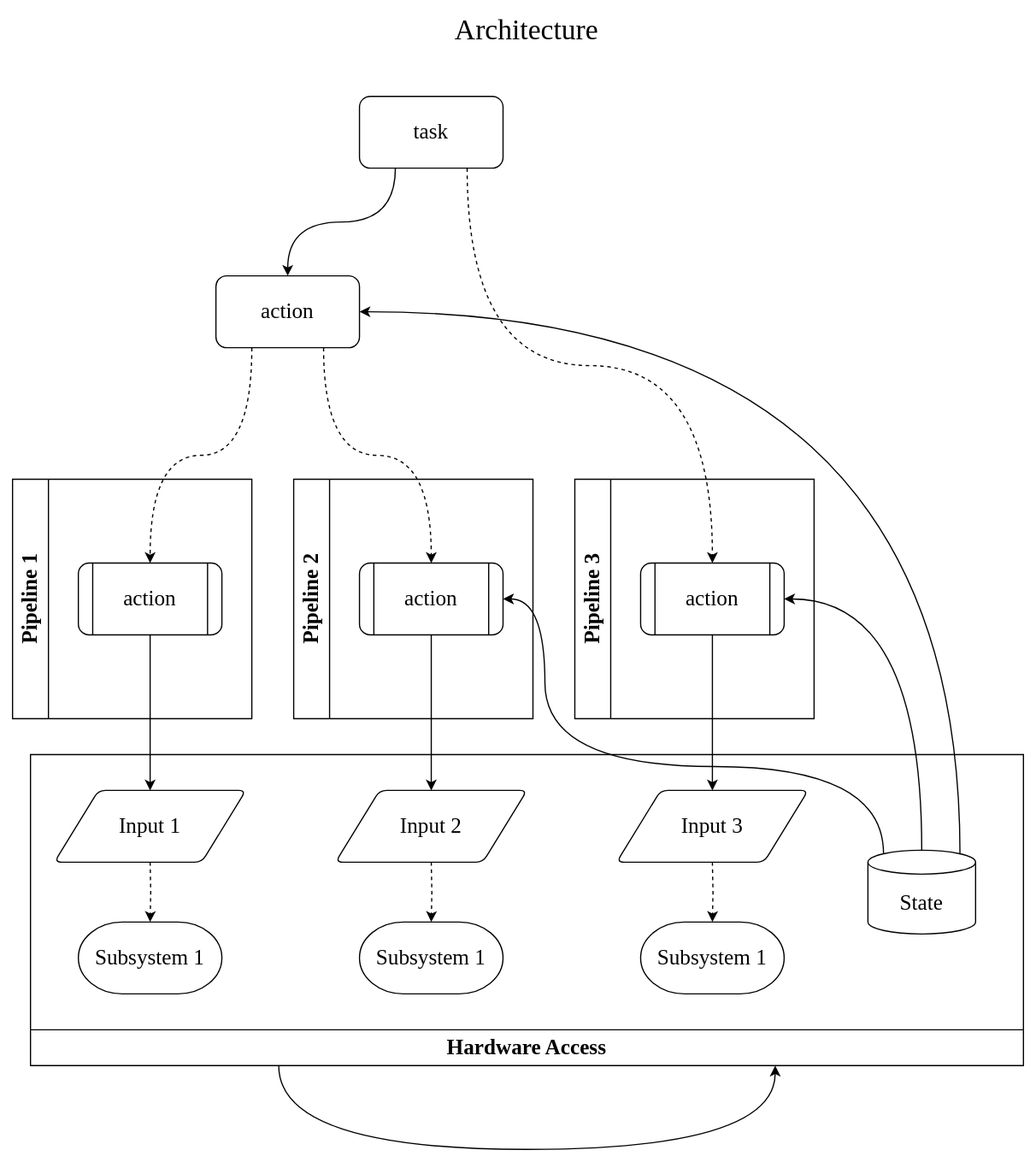
West-Robotics/19953-ScrapMetal-IntoTheDeep keeps this draw.io diagram as doc/media/concurrency-architecture-light.svg. Above is the earlier version. Source tidied: cells renumbered, new cells last; positions are measured from the earlier drawing's top-left corner, leaving out a move shared by most shapes.
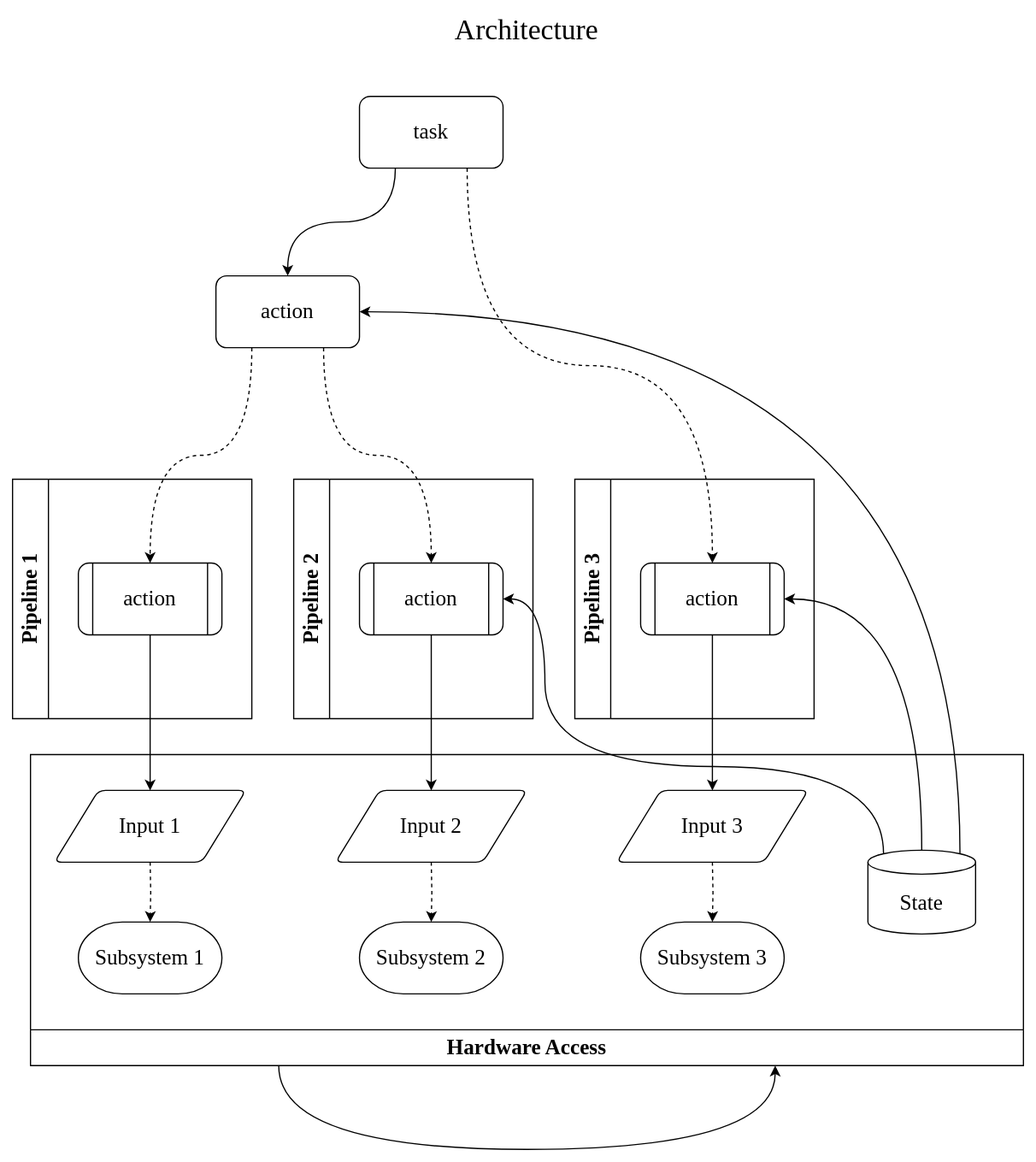
The same diagram one commit later.

Diff of the diagram source:
```diff
@@ -52,10 +52,10 @@
         <mxPoint x="100" y="90" as="sourcePoint" />
       </mxGeometry>
     </mxCell>
-    <mxCell id="18" value="&lt;font style=&quot;font-size: 18px;&quot; face=&quot;Comic Sans MS&quot;&gt;Subsystem 1&lt;br&gt;&lt;/font&gt;" style="strokeWidth=1;html=1;shape=mxgraph.flowchart.terminator;whiteSpace=wrap;labelBackgroundColor=none;" parent="14" vertex="1">
+    <mxCell id="18" value="&lt;div&gt;&lt;font style=&quot;font-size: 18px;&quot; face=&quot;Comic Sans MS&quot;&gt;Subsystem 3&lt;/font&gt;&lt;/div&gt;" style="strokeWidth=1;html=1;shape=mxgraph.flowchart.terminator;whiteSpace=wrap;labelBackgroundColor=none;" parent="14" vertex="1">
       <mxGeometry x="510" y="140" width="120" height="60" as="geometry" />
     </mxCell>
-    <mxCell id="19" value="&lt;font style=&quot;font-size: 18px;&quot; face=&quot;Comic Sans MS&quot;&gt;Subsystem 1&lt;br&gt;&lt;/font&gt;" style="strokeWidth=1;html=1;shape=mxgraph.flowchart.terminator;whiteSpace=wrap;labelBackgroundColor=none;" parent="14" vertex="1">
+    <mxCell id="19" value="&lt;font style=&quot;font-size: 18px;&quot; face=&quot;Comic Sans MS&quot;&gt;Subsystem 2&lt;br&gt;&lt;/font&gt;" style="strokeWidth=1;html=1;shape=mxgraph.flowchart.terminator;whiteSpace=wrap;labelBackgroundColor=none;" parent="14" vertex="1">
       <mxGeometry x="275" y="140" width="120" height="60" as="geometry" />
     </mxCell>
     <mxCell id="20" style="edgeStyle=orthogonalEdgeStyle;rounded=0;jettySize=auto;html=1;exitX=0.5;exitY=1;exitDx=0;exitDy=0;entryX=0.5;entryY=0;entryDx=0;entryDy=0;entryPerimeter=0;dashed=1;labelBackgroundColor=none;fontColor=default;" parent="14" edge="1" target="19">
```
